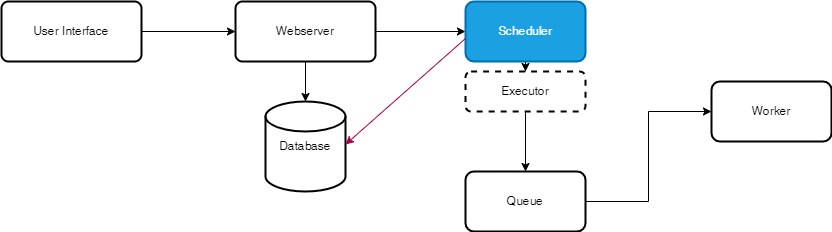
Above: images/diagrama-airflow.png in llucasgregorio/dre-3-test (draw.io), before the change. Source tidied: cells renumbered, new cells last; positions are measured from the earlier drawing's top-left corner, leaving out a move shared by most shapes. The source it was exported from:
```xml
<mxGraphModel>
  <root>
    <mxCell id="0" />
    <mxCell id="1" parent="0" />
    <mxCell id="2" style="edgeStyle=orthogonalEdgeStyle;rounded=0;jettySize=auto;html=1;entryX=0;entryY=0.5;entryDx=0;entryDy=0;" parent="1" edge="1" source="3" target="5">
      <mxGeometry relative="1" as="geometry" />
    </mxCell>
    <mxCell id="3" value="User Interface" style="rounded=1;whiteSpace=wrap;html=1;absoluteArcSize=1;arcSize=14;strokeWidth=2;" parent="1" vertex="1">
      <mxGeometry width="140" height="60" as="geometry" />
    </mxCell>
    <mxCell id="4" style="edgeStyle=orthogonalEdgeStyle;rounded=0;jettySize=auto;html=1;" parent="1" edge="1" source="5" target="7">
      <mxGeometry relative="1" as="geometry" />
    </mxCell>
    <mxCell id="5" value="Webserver" style="rounded=1;whiteSpace=wrap;html=1;absoluteArcSize=1;arcSize=14;strokeWidth=2;" parent="1" vertex="1">
      <mxGeometry x="234" width="140" height="60" as="geometry" />
    </mxCell>
    <mxCell id="6" style="edgeStyle=orthogonalEdgeStyle;rounded=0;jettySize=auto;html=1;" parent="1" edge="1" source="7" target="9">
      <mxGeometry relative="1" as="geometry" />
    </mxCell>
    <mxCell id="7" value="Scheduler" style="whiteSpace=wrap;html=1;rounded=1;arcSize=14;strokeWidth=2;fillColor=#1ba1e2;strokeColor=#006EAF;fontColor=#ffffff;" parent="1" vertex="1">
      <mxGeometry x="464" width="120" height="60" as="geometry" />
    </mxCell>
    <mxCell id="8" style="edgeStyle=orthogonalEdgeStyle;rounded=0;jettySize=auto;html=1;" parent="1" edge="1" source="9" target="11">
      <mxGeometry relative="1" as="geometry" />
    </mxCell>
    <mxCell id="9" value="Executor" style="whiteSpace=wrap;html=1;rounded=1;arcSize=14;strokeWidth=2;dashed=1;" parent="1" vertex="1">
      <mxGeometry x="464" y="70" width="120" height="40" as="geometry" />
    </mxCell>
    <mxCell id="10" style="edgeStyle=orthogonalEdgeStyle;rounded=0;jettySize=auto;html=1;entryX=0;entryY=0.5;entryDx=0;entryDy=0;" parent="1" edge="1" source="11" target="12">
      <mxGeometry relative="1" as="geometry" />
    </mxCell>
    <mxCell id="11" value="Queue" style="whiteSpace=wrap;html=1;rounded=1;arcSize=14;strokeWidth=2;" parent="1" vertex="1">
      <mxGeometry x="464" y="170" width="120" height="60" as="geometry" />
    </mxCell>
    <mxCell id="12" value="Worker" style="whiteSpace=wrap;html=1;rounded=1;arcSize=14;strokeWidth=2;" parent="1" vertex="1">
      <mxGeometry x="710" y="80" width="120" height="60" as="geometry" />
    </mxCell>
    <mxCell id="13" value="Database" style="strokeWidth=2;html=1;shape=mxgraph.flowchart.database;whiteSpace=wrap;" parent="1" vertex="1">
      <mxGeometry x="264" y="100" width="80" height="90" as="geometry" />
    </mxCell>
    <mxCell id="14" style="edgeStyle=orthogonalEdgeStyle;rounded=0;jettySize=auto;html=1;entryX=0.5;entryY=0;entryDx=0;entryDy=0;entryPerimeter=0;" parent="1" edge="1" source="5" target="13">
      <mxGeometry relative="1" as="geometry" />
    </mxCell>
    <mxCell id="15" style="rounded=0;orthogonalLoop=1;jettySize=auto;html=1;entryX=1;entryY=0.5;entryDx=0;entryDy=0;entryPerimeter=0;fillColor=#d80073;strokeColor=#A50040;" parent="1" edge="1">
      <mxGeometry relative="1" as="geometry">
        <mxPoint x="464" y="37" as="sourcePoint" />
        <mxPoint x="344" y="143" as="targetPoint" />
      </mxGeometry>
    </mxCell>
  </root>
</mxGraphModel>
```
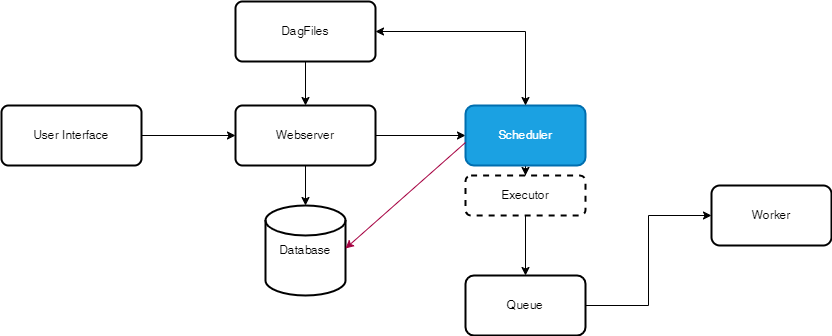
After the change.

Commit message:
fix: Ajustada arquitetura de airflow

What changed in the source:
```diff
@@ -47,5 +47,18 @@
         <mxPoint x="344" y="143" as="targetPoint" />
       </mxGeometry>
     </mxCell>
+    <mxCell id="16" style="edgeStyle=orthogonalEdgeStyle;rounded=0;jettySize=auto;html=1;entryX=0.5;entryY=0;entryDx=0;entryDy=0;" parent="1" edge="1" source="17" target="5">
+      <mxGeometry relative="1" as="geometry" />
+    </mxCell>
+    <mxCell id="17" value="DagFiles" style="rounded=1;whiteSpace=wrap;html=1;absoluteArcSize=1;arcSize=14;strokeWidth=2;" parent="1" vertex="1">
+      <mxGeometry x="234" y="-104" width="140" height="60" as="geometry" />
+    </mxCell>
+    <mxCell id="18" style="endArrow=classic;startArrow=classic;html=1;rounded=0;exitX=0.5;exitY=0;exitDx=0;exitDy=0;entryX=1;entryY=0.5;entryDx=0;entryDy=0;" parent="1" edge="1" source="7" target="17">
+      <mxGeometry relative="1" as="geometry">
+        <Array as="points">
+          <mxPoint x="524" y="-74" />
+        </Array>
+      </mxGeometry>
+    </mxCell>
   </root>
 </mxGraphModel>
```
